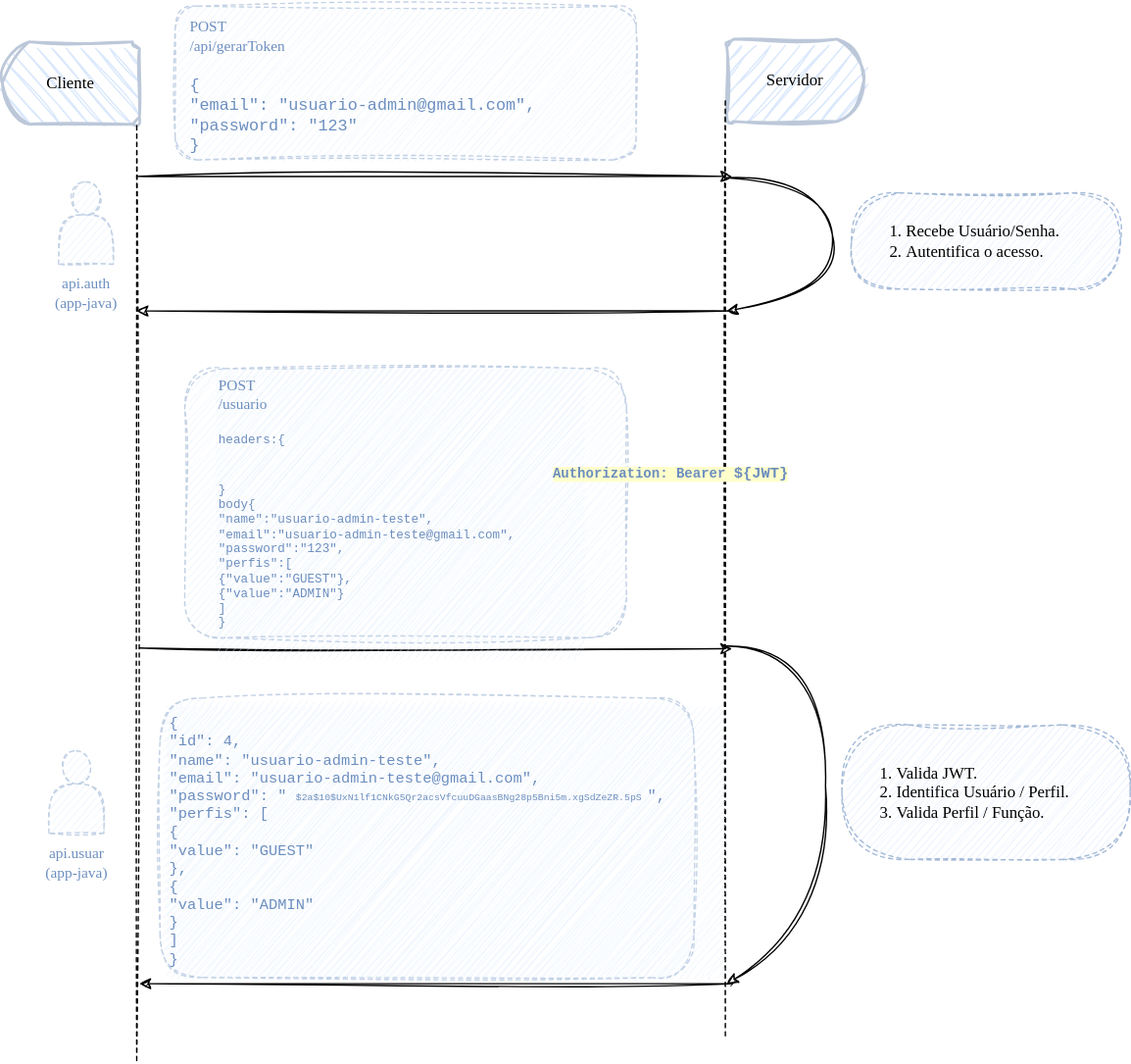
This is microservico/arquitetura.drawio.svg from ramiralvesmelo/spring-boot-projetos, a draw.io export, as it was before one commit. Source tidied: cells renumbered, new cells last; positions are measured from the earlier drawing's top-left corner, leaving out a move shared by most shapes.
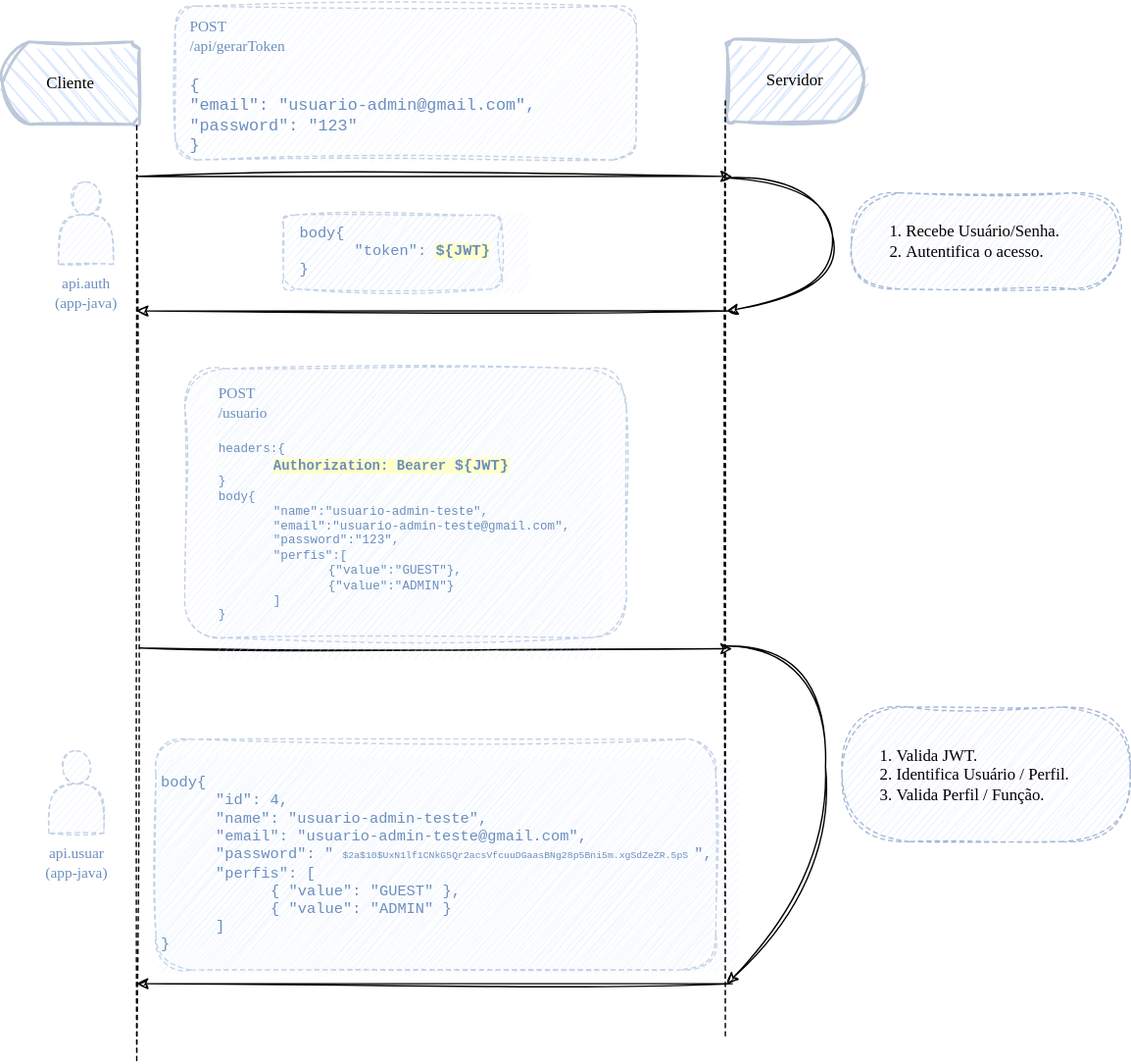
The same diagram one commit later.

Diff of the diagram source:
```diff
@@ -3,7 +3,7 @@
     <mxCell id="0" />
     <mxCell id="1" parent="0" />
     <mxCell id="2" style="rounded=1;whiteSpace=wrap;html=1;dashed=1;strokeColor=#6C8EBF;strokeWidth=1;fontFamily=Comic Sans MS;fontSize=11;fontColor=#6c8ebf;fillColor=#DAE8FC;opacity=40;sketch=1;curveFitting=1;jiggle=2;" parent="1" vertex="1">
-      <mxGeometry x="115" y="508" width="389" height="203.5" as="geometry" />
+      <mxGeometry x="112" y="538" width="408" height="168" as="geometry" />
     </mxCell>
     <mxCell id="3" style="rounded=1;whiteSpace=wrap;html=1;dashed=1;strokeColor=#6C8EBF;strokeWidth=1;fontFamily=Comic Sans MS;fontSize=11;fontColor=#6c8ebf;fillColor=#DAE8FC;opacity=40;sketch=1;curveFitting=1;jiggle=2;" parent="1" vertex="1">
       <mxGeometry x="126" y="4" width="336" height="112" as="geometry" />
@@ -46,7 +46,7 @@
     <mxCell id="11" style="endArrow=classic;html=1;sketch=1;curveFitting=1;jiggle=2;" parent="1" edge="1">
       <mxGeometry relative="1" as="geometry">
         <mxPoint x="532" y="716" as="sourcePoint" />
-        <mxPoint x="100" y="716" as="targetPoint" />
+        <mxPoint x="98" y="716" as="targetPoint" />
       </mxGeometry>
     </mxCell>
     <mxCell id="12" value="&lt;ol&gt;&lt;li style=&quot;&quot;&gt;&lt;span style=&quot;background-color: initial;&quot;&gt;Recebe Usuário/Senha.&lt;/span&gt;&lt;br&gt;&lt;/li&gt;&lt;li&gt;Autentifica o acesso.&lt;/li&gt;&lt;/ol&gt;" style="text;html=1;align=left;verticalAlign=middle;strokeColor=#6c8ebf;fillColor=#dae8fc;rounded=1;shadow=0;sketch=1;curveFitting=1;jiggle=2;fontFamily=Comic Sans MS;dashed=1;arcSize=50;strokeWidth=1;perimeterSpacing=1;opacity=60;spacing=0;rotation=0;" parent="1" vertex="1">
@@ -66,7 +66,7 @@
       </mxGeometry>
     </mxCell>
     <mxCell id="15" value="&lt;ol&gt;&lt;li style=&quot;&quot;&gt;&lt;span style=&quot;background-color: initial;&quot;&gt;Valida JWT.&lt;/span&gt;&lt;/li&gt;&lt;li style=&quot;&quot;&gt;Identifica Usuário / Perfil.&lt;/li&gt;&lt;li style=&quot;&quot;&gt;Valida Perfil / Função.&lt;/li&gt;&lt;/ol&gt;" style="text;html=1;align=left;verticalAlign=middle;strokeColor=#6c8ebf;fillColor=#dae8fc;rounded=1;shadow=0;sketch=1;curveFitting=1;jiggle=2;fontFamily=Comic Sans MS;dashed=1;arcSize=50;strokeWidth=1;perimeterSpacing=1;opacity=60;spacing=0;rotation=0;" parent="1" vertex="1">
-      <mxGeometry x="612" y="527.5" width="210" height="98" as="geometry" />
+      <mxGeometry x="612" y="514.5" width="210" height="98" as="geometry" />
     </mxCell>
     <mxCell id="16" style="shape=actor;whiteSpace=wrap;html=1;dashed=1;sketch=1;strokeColor=#6C8EBF;strokeWidth=1;fontFamily=Comic Sans MS;fontSize=11;fontColor=#6C8EBF;fillColor=#DAE8FC;opacity=40;" parent="1" vertex="1">
       <mxGeometry x="41" y="132" width="40" height="60" as="geometry" />
@@ -74,8 +74,8 @@
     <mxCell id="17" style="rounded=1;whiteSpace=wrap;html=1;dashed=1;strokeColor=#6C8EBF;strokeWidth=1;fontFamily=Comic Sans MS;fontSize=11;fontColor=#6c8ebf;fillColor=#DAE8FC;opacity=40;sketch=1;curveFitting=1;jiggle=2;" parent="1" vertex="1">
       <mxGeometry x="133" y="268" width="322" height="196" as="geometry" />
     </mxCell>
-    <mxCell id="18" value="&lt;div style=&quot;font-size: 11px;&quot;&gt;&lt;span style=&quot;font-family: &amp;quot;Comic Sans MS&amp;quot;; text-align: center; color: rgb(108, 142, 191); background-color: initial;&quot;&gt;POST&lt;/span&gt;&lt;br&gt;&lt;/div&gt;&lt;div style=&quot;font-size: 11px;&quot;&gt;&lt;font color=&quot;#6c8ebf&quot; style=&quot;font-size: 11px;&quot;&gt;&lt;span style=&quot;font-family: &amp;quot;Comic Sans MS&amp;quot;; text-align: center;&quot;&gt;/usuario&lt;/span&gt;&lt;/font&gt;&lt;/div&gt;&lt;div style=&quot;font-size: 11px;&quot;&gt;&lt;font color=&quot;#6c8ebf&quot; style=&quot;font-size: 11px;&quot;&gt;&lt;span style=&quot;font-family: &amp;quot;Comic Sans MS&amp;quot;; text-align: center;&quot;&gt;&lt;br&gt;&lt;/span&gt;&lt;/font&gt;&lt;/div&gt;&lt;div style=&quot;font-size: 9px;&quot;&gt;&lt;font style=&quot;font-size: 9px;&quot;&gt;&lt;span style=&quot;color: rgb(108, 142, 191); background-color: initial;&quot;&gt;headers:{&lt;/span&gt;&lt;br&gt;&lt;/font&gt;&lt;/div&gt;&lt;div style=&quot;&quot;&gt;&lt;div style=&quot;&quot;&gt;&lt;font style=&quot;&quot; color=&quot;#6c8ebf&quot;&gt;&lt;span style=&quot;font-size: 9px;&quot;&gt;&#9;&lt;/span&gt;&lt;span style=&quot;font-size: 9px;&quot;&gt;&#9;&lt;/span&gt;&lt;span style=&quot;font-size: 9px; white-space: pre;&quot;&gt;&#9;&lt;/span&gt;&lt;span style=&quot;background-color: rgb(255, 255, 204);&quot;&gt;&lt;b&gt;&lt;font size=&quot;1&quot;&gt;Authorization: Bearer &lt;/font&gt;&lt;font style=&quot;font-size: 11px;&quot;&gt;${JWT}&lt;/font&gt;&lt;/b&gt;&lt;/span&gt;&lt;/font&gt;&lt;/div&gt;&lt;div style=&quot;font-size: 9px;&quot;&gt;&lt;font style=&quot;font-size: 9px;&quot; color=&quot;#6c8ebf&quot;&gt;}&lt;/font&gt;&lt;/div&gt;&lt;div style=&quot;font-size: 9px;&quot;&gt;&lt;font style=&quot;font-size: 9px;&quot; color=&quot;#6c8ebf&quot;&gt;body{&lt;/font&gt;&lt;/div&gt;&lt;div style=&quot;font-size: 9px;&quot;&gt;&lt;font style=&quot;font-size: 9px;&quot; color=&quot;#6c8ebf&quot;&gt;&amp;nbsp; &amp;nbsp; &quot;name&quot;:&quot;usuario-admin-teste&quot;,&lt;/font&gt;&lt;/div&gt;&lt;div style=&quot;font-size: 9px;&quot;&gt;&lt;font style=&quot;font-size: 9px;&quot; color=&quot;#6c8ebf&quot;&gt;&amp;nbsp; &amp;nbsp; &quot;email&quot;:&quot;usuario-admin-teste@gmail.com&quot;,&lt;/font&gt;&lt;/div&gt;&lt;div style=&quot;font-size: 9px;&quot;&gt;&lt;font style=&quot;font-size: 9px;&quot; color=&quot;#6c8ebf&quot;&gt;&amp;nbsp; &amp;nbsp; &quot;password&quot;:&quot;123&quot;,&lt;/font&gt;&lt;/div&gt;&lt;div style=&quot;font-size: 9px;&quot;&gt;&lt;font style=&quot;font-size: 9px;&quot; color=&quot;#6c8ebf&quot;&gt;&amp;nbsp; &amp;nbsp; &quot;perfis&quot;:[&lt;/font&gt;&lt;/div&gt;&lt;div style=&quot;font-size: 9px;&quot;&gt;&lt;font style=&quot;font-size: 9px;&quot; color=&quot;#6c8ebf&quot;&gt;&amp;nbsp; &amp;nbsp; &amp;nbsp; &amp;nbsp; {&quot;value&quot;:&quot;GUEST&quot;},&lt;/font&gt;&lt;/div&gt;&lt;div style=&quot;font-size: 9px;&quot;&gt;&lt;font style=&quot;font-size: 9px;&quot; color=&quot;#6c8ebf&quot;&gt;&amp;nbsp; &amp;nbsp; &amp;nbsp; &amp;nbsp; {&quot;value&quot;:&quot;ADMIN&quot;}&lt;/font&gt;&lt;/div&gt;&lt;div style=&quot;font-size: 9px;&quot;&gt;&lt;font style=&quot;font-size: 9px;&quot; color=&quot;#6c8ebf&quot;&gt;&amp;nbsp; &amp;nbsp; ]&lt;span style=&quot;&quot;&gt;&#9;&lt;/span&gt;&lt;/font&gt;&lt;/div&gt;&lt;div style=&quot;font-size: 9px;&quot;&gt;&lt;font style=&quot;font-size: 9px;&quot; color=&quot;#6c8ebf&quot;&gt;}&lt;/font&gt;&lt;/div&gt;&lt;/div&gt;&lt;div style=&quot;font-size: 11px;&quot;&gt;&lt;br&gt;&lt;/div&gt;" style="text;html=1;align=left;verticalAlign=middle;strokeColor=none;fillColor=#DAE8FC;fontFamily=Courier New;fontSize=10;opacity=40;dashed=1;sketch=1;curveFitting=1;jiggle=2;" parent="1" vertex="1">
-      <mxGeometry x="156" y="268" width="266" height="210" as="geometry" />
+    <mxCell id="18" value="&lt;div style=&quot;font-size: 11px;&quot;&gt;&lt;span style=&quot;font-family: &amp;quot;Comic Sans MS&amp;quot;; text-align: center; color: rgb(108, 142, 191); background-color: initial;&quot;&gt;POST&lt;/span&gt;&lt;br&gt;&lt;/div&gt;&lt;div style=&quot;font-size: 11px;&quot;&gt;&lt;font color=&quot;#6c8ebf&quot; style=&quot;font-size: 11px;&quot;&gt;&lt;span style=&quot;font-family: &amp;quot;Comic Sans MS&amp;quot;; text-align: center;&quot;&gt;/usuario&lt;/span&gt;&lt;/font&gt;&lt;/div&gt;&lt;div style=&quot;font-size: 11px;&quot;&gt;&lt;font color=&quot;#6c8ebf&quot; style=&quot;font-size: 11px;&quot;&gt;&lt;span style=&quot;font-family: &amp;quot;Comic Sans MS&amp;quot;; text-align: center;&quot;&gt;&lt;br&gt;&lt;/span&gt;&lt;/font&gt;&lt;/div&gt;&lt;div style=&quot;font-size: 9px;&quot;&gt;&lt;font style=&quot;font-size: 9px;&quot;&gt;&lt;span style=&quot;color: rgb(108, 142, 191); background-color: initial;&quot;&gt;headers:{&lt;/span&gt;&lt;br&gt;&lt;/font&gt;&lt;/div&gt;&lt;blockquote style=&quot;margin: 0 0 0 40px; border: none; padding: 0px;&quot;&gt;&lt;div style=&quot;&quot;&gt;&lt;div style=&quot;&quot;&gt;&lt;font style=&quot;&quot; color=&quot;#6c8ebf&quot;&gt;&lt;font style=&quot;background-color: rgb(255, 255, 204); font-weight: bold;&quot; size=&quot;1&quot;&gt;Authorization: Bearer &lt;/font&gt;&lt;font style=&quot;background-color: rgb(255, 255, 204); font-weight: bold; font-size: 11px;&quot;&gt;${JWT}&lt;/font&gt;&lt;/font&gt;&lt;/div&gt;&lt;/div&gt;&lt;/blockquote&gt;&lt;div style=&quot;&quot;&gt;&lt;div style=&quot;font-size: 9px;&quot;&gt;&lt;font style=&quot;font-size: 9px;&quot; color=&quot;#6c8ebf&quot;&gt;}&lt;/font&gt;&lt;/div&gt;&lt;div style=&quot;font-size: 9px;&quot;&gt;&lt;font style=&quot;font-size: 9px;&quot; color=&quot;#6c8ebf&quot;&gt;body{&lt;/font&gt;&lt;/div&gt;&lt;/div&gt;&lt;blockquote style=&quot;margin: 0 0 0 40px; border: none; padding: 0px;&quot;&gt;&lt;div style=&quot;&quot;&gt;&lt;div style=&quot;font-size: 9px;&quot;&gt;&lt;font style=&quot;font-size: 9px;&quot; color=&quot;#6c8ebf&quot;&gt;&quot;name&quot;:&quot;usuario-admin-teste&quot;,&lt;/font&gt;&lt;/div&gt;&lt;/div&gt;&lt;div style=&quot;&quot;&gt;&lt;div style=&quot;font-size: 9px;&quot;&gt;&lt;font style=&quot;font-size: 9px;&quot; color=&quot;#6c8ebf&quot;&gt;&quot;email&quot;:&quot;usuario-admin-teste@gmail.com&quot;,&lt;/font&gt;&lt;/div&gt;&lt;/div&gt;&lt;div style=&quot;&quot;&gt;&lt;div style=&quot;font-size: 9px;&quot;&gt;&lt;font style=&quot;font-size: 9px;&quot; color=&quot;#6c8ebf&quot;&gt;&quot;password&quot;:&quot;123&quot;,&lt;/font&gt;&lt;/div&gt;&lt;/div&gt;&lt;div style=&quot;&quot;&gt;&lt;div style=&quot;font-size: 9px;&quot;&gt;&lt;font style=&quot;font-size: 9px;&quot; color=&quot;#6c8ebf&quot;&gt;&quot;perfis&quot;:[&lt;/font&gt;&lt;/div&gt;&lt;/div&gt;&lt;/blockquote&gt;&lt;blockquote style=&quot;margin: 0 0 0 40px; border: none; padding: 0px;&quot;&gt;&lt;blockquote style=&quot;margin: 0 0 0 40px; border: none; padding: 0px;&quot;&gt;&lt;div style=&quot;&quot;&gt;&lt;div style=&quot;font-size: 9px;&quot;&gt;&lt;font style=&quot;font-size: 9px;&quot; color=&quot;#6c8ebf&quot;&gt;{&quot;value&quot;:&quot;GUEST&quot;},&lt;/font&gt;&lt;/div&gt;&lt;/div&gt;&lt;/blockquote&gt;&lt;blockquote style=&quot;margin: 0 0 0 40px; border: none; padding: 0px;&quot;&gt;&lt;div style=&quot;&quot;&gt;&lt;div style=&quot;font-size: 9px;&quot;&gt;&lt;font style=&quot;font-size: 9px;&quot; color=&quot;#6c8ebf&quot;&gt;{&quot;value&quot;:&quot;ADMIN&quot;}&lt;/font&gt;&lt;/div&gt;&lt;/div&gt;&lt;/blockquote&gt;&lt;/blockquote&gt;&lt;blockquote style=&quot;margin: 0 0 0 40px; border: none; padding: 0px;&quot;&gt;&lt;div style=&quot;&quot;&gt;&lt;div style=&quot;font-size: 9px;&quot;&gt;&lt;font style=&quot;font-size: 9px;&quot; color=&quot;#6c8ebf&quot;&gt;]&lt;/font&gt;&lt;/div&gt;&lt;/div&gt;&lt;/blockquote&gt;&lt;div style=&quot;&quot;&gt;&lt;div style=&quot;font-size: 9px;&quot;&gt;&lt;font style=&quot;font-size: 9px;&quot; color=&quot;#6c8ebf&quot;&gt;}&lt;/font&gt;&lt;/div&gt;&lt;/div&gt;&lt;div style=&quot;font-size: 11px;&quot;&gt;&lt;br&gt;&lt;/div&gt;" style="text;html=1;align=left;verticalAlign=middle;strokeColor=none;fillColor=#DAE8FC;fontFamily=Courier New;fontSize=10;opacity=40;dashed=1;sketch=1;curveFitting=1;jiggle=2;" parent="1" vertex="1">
+      <mxGeometry x="156" y="268" width="280" height="210" as="geometry" />
     </mxCell>
     <mxCell id="19" value="api.auth &lt;br&gt;(app-java)&lt;br&gt;" style="text;html=1;align=center;verticalAlign=middle;strokeColor=none;fillColor=none;fontSize=11;fontFamily=Comic Sans MS;fontColor=#6C8EBF;" parent="1" vertex="1">
       <mxGeometry x="19" y="192" width="84" height="42" as="geometry" />
@@ -92,12 +92,18 @@
         <mxPoint x="528" y="716" as="targetPoint" />
         <Array as="points">
           <mxPoint x="598" y="470" />
-          <mxPoint x="602" y="674" />
+          <mxPoint x="602" y="646" />
         </Array>
       </mxGeometry>
     </mxCell>
-    <mxCell id="23" value="&lt;div style=&quot;&quot;&gt;&lt;div style=&quot;font-size: 11px;&quot;&gt;&lt;font color=&quot;#6c8ebf&quot;&gt;{&lt;/font&gt;&lt;/div&gt;&lt;div style=&quot;font-size: 11px;&quot;&gt;&lt;font color=&quot;#6c8ebf&quot;&gt;&amp;nbsp; &amp;nbsp; &quot;id&quot;: 4,&lt;/font&gt;&lt;/div&gt;&lt;div style=&quot;font-size: 11px;&quot;&gt;&lt;font color=&quot;#6c8ebf&quot;&gt;&amp;nbsp; &amp;nbsp; &quot;name&quot;: &quot;usuario-admin-teste&quot;,&lt;/font&gt;&lt;/div&gt;&lt;div style=&quot;font-size: 11px;&quot;&gt;&lt;font color=&quot;#6c8ebf&quot;&gt;&amp;nbsp; &amp;nbsp; &quot;email&quot;: &quot;usuario-admin-teste@gmail.com&quot;,&lt;/font&gt;&lt;/div&gt;&lt;div style=&quot;&quot;&gt;&lt;font color=&quot;#6c8ebf&quot;&gt;&lt;span style=&quot;font-size: 11px;&quot;&gt;&amp;nbsp; &amp;nbsp; &quot;password&quot;: &quot;&lt;/span&gt;&lt;font style=&quot;font-size: 7px;&quot;&gt;$2a$10$UxN1lf1CNkG5Qr2acsVfcuuDGaasBNg28p5Bni5m.xgSdZeZR.5pS&lt;/font&gt;&lt;span style=&quot;font-size: 11px;&quot;&gt;&quot;,&lt;/span&gt;&lt;/font&gt;&lt;/div&gt;&lt;div style=&quot;font-size: 11px;&quot;&gt;&lt;font color=&quot;#6c8ebf&quot;&gt;&amp;nbsp; &amp;nbsp; &quot;perfis&quot;: [&lt;/font&gt;&lt;/div&gt;&lt;div style=&quot;font-size: 11px;&quot;&gt;&lt;font color=&quot;#6c8ebf&quot;&gt;&amp;nbsp; &amp;nbsp; &amp;nbsp; &amp;nbsp; {&lt;/font&gt;&lt;/div&gt;&lt;div style=&quot;font-size: 11px;&quot;&gt;&lt;font color=&quot;#6c8ebf&quot;&gt;&amp;nbsp; &amp;nbsp; &amp;nbsp; &amp;nbsp; &amp;nbsp; &amp;nbsp; &quot;value&quot;: &quot;GUEST&quot;&lt;/font&gt;&lt;/div&gt;&lt;div style=&quot;font-size: 11px;&quot;&gt;&lt;font color=&quot;#6c8ebf&quot;&gt;&amp;nbsp; &amp;nbsp; &amp;nbsp; &amp;nbsp; },&lt;/font&gt;&lt;/div&gt;&lt;div style=&quot;font-size: 11px;&quot;&gt;&lt;font color=&quot;#6c8ebf&quot;&gt;&amp;nbsp; &amp;nbsp; &amp;nbsp; &amp;nbsp; {&lt;/font&gt;&lt;/div&gt;&lt;div style=&quot;font-size: 11px;&quot;&gt;&lt;font color=&quot;#6c8ebf&quot;&gt;&amp;nbsp; &amp;nbsp; &amp;nbsp; &amp;nbsp; &amp;nbsp; &amp;nbsp; &quot;value&quot;: &quot;ADMIN&quot;&lt;/font&gt;&lt;/div&gt;&lt;div style=&quot;font-size: 11px;&quot;&gt;&lt;font color=&quot;#6c8ebf&quot;&gt;&amp;nbsp; &amp;nbsp; &amp;nbsp; &amp;nbsp; }&lt;/font&gt;&lt;/div&gt;&lt;div style=&quot;font-size: 11px;&quot;&gt;&lt;font color=&quot;#6c8ebf&quot;&gt;&amp;nbsp; &amp;nbsp; ]&lt;/font&gt;&lt;/div&gt;&lt;div style=&quot;font-size: 11px;&quot;&gt;&lt;font color=&quot;#6c8ebf&quot;&gt;}&lt;/font&gt;&lt;/div&gt;&lt;/div&gt;" style="text;html=1;align=left;verticalAlign=middle;strokeColor=none;fillColor=#DAE8FC;fontFamily=Courier New;fontSize=10;opacity=40;dashed=1;sketch=1;curveFitting=1;jiggle=2;" parent="1" vertex="1">
-      <mxGeometry x="120" y="514.5" width="406" height="196" as="geometry" />
+    <mxCell id="23" value="&lt;div style=&quot;&quot;&gt;&lt;div style=&quot;font-size: 11px;&quot;&gt;&lt;font color=&quot;#6c8ebf&quot;&gt;body{&lt;/font&gt;&lt;/div&gt;&lt;/div&gt;&lt;blockquote style=&quot;margin: 0 0 0 40px; border: none; padding: 0px;&quot;&gt;&lt;div style=&quot;&quot;&gt;&lt;div style=&quot;font-size: 11px;&quot;&gt;&lt;font color=&quot;#6c8ebf&quot;&gt;&quot;id&quot;: 4,&lt;/font&gt;&lt;/div&gt;&lt;/div&gt;&lt;div style=&quot;&quot;&gt;&lt;div style=&quot;font-size: 11px;&quot;&gt;&lt;font color=&quot;#6c8ebf&quot;&gt;&quot;name&quot;: &quot;usuario-admin-teste&quot;,&lt;/font&gt;&lt;/div&gt;&lt;/div&gt;&lt;div style=&quot;&quot;&gt;&lt;div style=&quot;font-size: 11px;&quot;&gt;&lt;font color=&quot;#6c8ebf&quot;&gt;&quot;email&quot;: &quot;usuario-admin-teste@gmail.com&quot;,&lt;/font&gt;&lt;/div&gt;&lt;/div&gt;&lt;div style=&quot;&quot;&gt;&lt;div style=&quot;&quot;&gt;&lt;font color=&quot;#6c8ebf&quot;&gt;&lt;span style=&quot;font-size: 11px;&quot;&gt;&quot;password&quot;: &quot;&lt;/span&gt;&lt;font style=&quot;font-size: 7px;&quot;&gt;$2a$10$UxN1lf1CNkG5Qr2acsVfcuuDGaasBNg28p5Bni5m.xgSdZeZR.5pS&lt;/font&gt;&lt;span style=&quot;font-size: 11px;&quot;&gt;&quot;,&lt;/span&gt;&lt;/font&gt;&lt;/div&gt;&lt;/div&gt;&lt;div style=&quot;&quot;&gt;&lt;div style=&quot;font-size: 11px;&quot;&gt;&lt;font color=&quot;#6c8ebf&quot;&gt;&quot;perfis&quot;: [&lt;/font&gt;&lt;/div&gt;&lt;/div&gt;&lt;blockquote style=&quot;margin: 0 0 0 40px; border: none; padding: 0px;&quot;&gt;&lt;font style=&quot;font-size: 11px; border-color: var(--border-color);&quot; color=&quot;#6c8ebf&quot;&gt;{&lt;/font&gt;&lt;span style=&quot;font-size: 11px; background-color: initial; color: rgb(108, 142, 191);&quot;&gt;&quot;value&quot;: &quot;GUEST&quot;&lt;/span&gt;&lt;span style=&quot;font-size: 11px; background-color: initial; color: rgb(108, 142, 191);&quot;&gt;},&lt;/span&gt;&lt;/blockquote&gt;&lt;blockquote style=&quot;margin: 0 0 0 40px; border: none; padding: 0px;&quot;&gt;&lt;div style=&quot;&quot;&gt;&lt;div style=&quot;font-size: 11px;&quot;&gt;&lt;div style=&quot;border-color: var(--border-color);&quot;&gt;&lt;font style=&quot;border-color: var(--border-color);&quot; color=&quot;#6c8ebf&quot;&gt;{&lt;/font&gt;&lt;span style=&quot;color: rgb(108, 142, 191); background-color: initial;&quot;&gt;&quot;value&quot;: &quot;ADMIN&quot;&lt;/span&gt;&lt;span style=&quot;color: rgb(108, 142, 191); background-color: initial;&quot;&gt;}&lt;/span&gt;&lt;/div&gt;&lt;/div&gt;&lt;/div&gt;&lt;/blockquote&gt;&lt;div style=&quot;&quot;&gt;&lt;div style=&quot;font-size: 11px;&quot;&gt;&lt;div style=&quot;border-color: var(--border-color);&quot;&gt;&lt;span style=&quot;background-color: initial; color: rgb(108, 142, 191);&quot;&gt;]&lt;/span&gt;&lt;/div&gt;&lt;/div&gt;&lt;/div&gt;&lt;/blockquote&gt;&lt;div style=&quot;&quot;&gt;&lt;div style=&quot;font-size: 11px;&quot;&gt;&lt;font color=&quot;#6c8ebf&quot;&gt;}&lt;/font&gt;&lt;/div&gt;&lt;/div&gt;" style="text;html=1;align=left;verticalAlign=middle;strokeColor=none;fillColor=#DAE8FC;fontFamily=Courier New;fontSize=10;opacity=40;dashed=1;sketch=1;curveFitting=1;jiggle=2;" parent="1" vertex="1">
+      <mxGeometry x="114" y="552" width="420" height="154" as="geometry" />
     </mxCell>
+    <mxCell id="24" style="rounded=1;whiteSpace=wrap;html=1;dashed=1;strokeColor=#6C8EBF;strokeWidth=1;fontFamily=Comic Sans MS;fontSize=11;fontColor=#6c8ebf;fillColor=#DAE8FC;opacity=40;sketch=1;curveFitting=1;jiggle=2;" parent="1" vertex="1">
+      <mxGeometry x="205" y="156" width="159" height="54" as="geometry" />
+    </mxCell>
+    <mxCell id="25" value="&lt;div style=&quot;&quot;&gt;&lt;div style=&quot;font-size: 11px;&quot;&gt;&lt;font color=&quot;#6c8ebf&quot;&gt;body{&lt;/font&gt;&lt;/div&gt;&lt;/div&gt;&lt;blockquote style=&quot;margin: 0 0 0 40px; border: none; padding: 0px;&quot;&gt;&lt;div style=&quot;&quot;&gt;&lt;div style=&quot;font-size: 11px;&quot;&gt;&lt;font color=&quot;#6c8ebf&quot;&gt;&quot;token&quot;:&amp;nbsp;&lt;/font&gt;&lt;span style=&quot;background-color: rgb(255, 255, 204); color: rgb(108, 142, 191); font-weight: 700;&quot;&gt;${JWT}&lt;/span&gt;&lt;/div&gt;&lt;/div&gt;&lt;/blockquote&gt;&lt;div style=&quot;&quot;&gt;&lt;div style=&quot;font-size: 11px;&quot;&gt;&lt;font color=&quot;#6c8ebf&quot;&gt;}&lt;/font&gt;&lt;/div&gt;&lt;/div&gt;" style="text;html=1;align=left;verticalAlign=middle;strokeColor=none;fillColor=#DAE8FC;fontFamily=Courier New;fontSize=10;opacity=40;dashed=1;sketch=1;curveFitting=1;jiggle=2;" parent="1" vertex="1">
+      <mxGeometry x="215" y="155" width="168" height="56" as="geometry" />
+    </mxCell>
   </root>
 </mxGraphModel>
```
